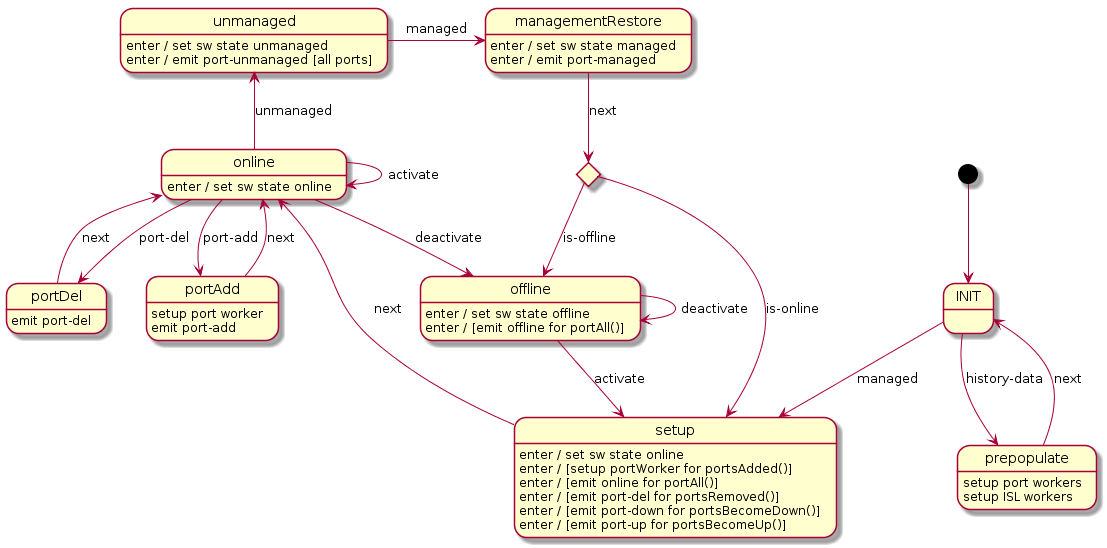
telstra/open-kilda keeps this PlantUML diagram as docs/design/network-discovery/switch-FSM.png. Above is the earlier version.
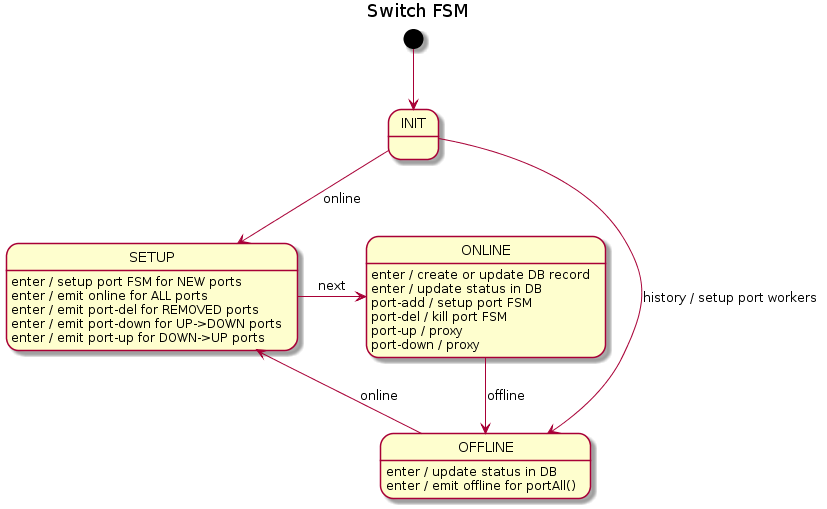
Above is the later version.

What changed in the source:
```diff
@@ -1,51 +1,27 @@
 @startuml
+title Switch FSM
+
 [*] --> INIT
 
-state switchSync <<choice>>
+INIT --> OFFLINE : history / setup port workers
+INIT --> SETUP : online
 
-INIT --> prepopulate : history-data
-INIT --> setup : managed
+SETUP : enter / setup port FSM for NEW ports
+SETUP : enter / emit online for ALL ports
+SETUP : enter / emit port-del for REMOVED ports
+SETUP : enter / emit port-down for UP->DOWN ports
+SETUP : enter / emit port-up for DOWN->UP ports
+SETUP -r-> ONLINE : next
 
-prepopulate : setup port workers
-prepopulate : setup ISL workers
-prepopulate --> INIT : next
+ONLINE : enter / create or update DB record
+ONLINE : enter / update status in DB
+ONLINE : port-add / setup port FSM
+ONLINE : port-del / kill port FSM
+ONLINE : port-up / proxy
+ONLINE : port-down / proxy
+ONLINE --> OFFLINE : offline
 
-switchSync --> setup : is-online
-switchSync --> offline : is-offline
-
-setup : enter / set sw state online
-setup : enter / [setup portWorker for portsAdded()]
-setup : enter / [emit online for portAll()]
-setup : enter / [emit port-del for portsRemoved()]
-setup : enter / [emit port-down for portsBecomeDown()]
-setup : enter / [emit port-up for portsBecomeUp()]
-setup --> online : next
-
-online : enter / set sw state online
-online --> online : activate
-online --> offline : deactivate
-online --> portAdd : port-add
-online --> portDel : port-del
-online -u-> unmanaged : unmanaged
-
-portAdd : setup port worker
-portAdd : emit port-add
-portAdd --> online : next
-
-portDel : emit port-del
-portDel --> online : next
-
-offline : enter / set sw state offline
-offline : enter / [emit offline for portAll()]
-offline --> setup : activate
-offline --> offline : deactivate
-
-unmanaged : enter / set sw state unmanaged
-unmanaged : enter / emit port-unmanaged [all ports]
-unmanaged -r-> managementRestore : managed
-
-managementRestore : enter / set sw state managed
-managementRestore : enter / emit port-managed
-managementRestore --> switchSync : next
-
+OFFLINE : enter / update status in DB
+OFFLINE : enter / emit offline for portAll()
+OFFLINE --> SETUP : online
 @enduml
```
